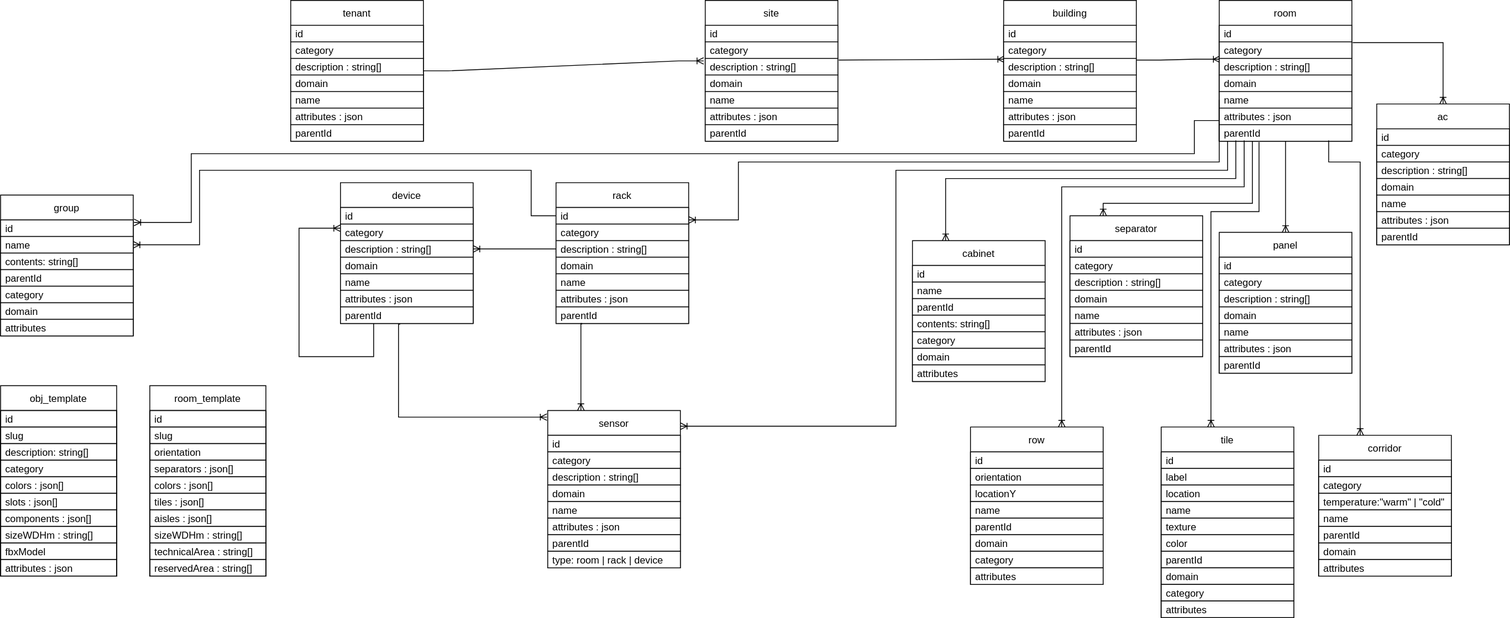
Before: resources/diagrams/DB_Diagram.svg, a diagram exported from draw.io (ditrit/OGrEE-Core). Source tidied: cells renumbered, new cells last; positions are measured from the earlier drawing's top-left corner, leaving out a move shared by most shapes.
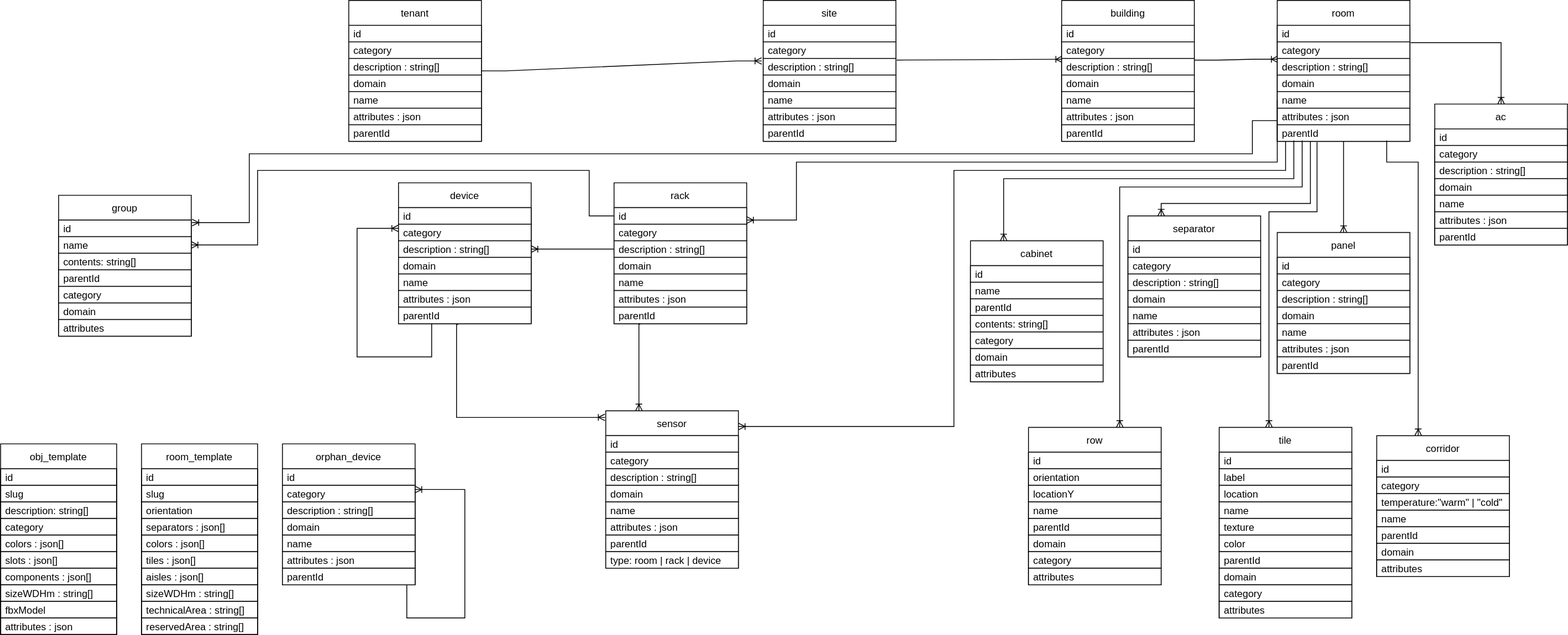
After the commit.

Commit message:
Added Diagrams and stray devices to createdb script

Diff of the diagram source:
```diff
@@ -36,7 +36,7 @@
       <mxGeometry relative="1" as="geometry" />
     </mxCell>
     <mxCell id="13" value="room_template" style="swimlane;fontStyle=0;horizontal=1;startSize=30;fontColor=default;strokeColor=default;fillColor=default;" parent="1" vertex="1">
-      <mxGeometry x="180" y="465" width="140" height="230" as="geometry" />
+      <mxGeometry x="100" y="535" width="140" height="230" as="geometry" />
     </mxCell>
     <mxCell id="14" value="id" style="text;strokeColor=default;fillColor=none;align=left;verticalAlign=middle;spacingLeft=4;spacingRight=4;overflow=hidden;fontColor=default;" parent="13" vertex="1">
       <mxGeometry y="30" width="140" height="20" as="geometry" />
@@ -225,7 +225,7 @@
       </mxGeometry>
     </mxCell>
     <mxCell id="70" value="obj_template" style="swimlane;fontStyle=0;horizontal=1;startSize=30;fontColor=default;strokeColor=default;fillColor=default;" parent="1" vertex="1">
-      <mxGeometry y="465" width="140" height="230" as="geometry" />
+      <mxGeometry x="-70" y="535" width="140" height="230" as="geometry" />
     </mxCell>
     <mxCell id="71" value="id" style="text;strokeColor=default;fillColor=none;align=left;verticalAlign=middle;spacingLeft=4;spacingRight=4;overflow=hidden;fontColor=default;" parent="70" vertex="1">
       <mxGeometry y="30" width="140" height="20" as="geometry" />
@@ -624,5 +624,41 @@
         </Array>
       </mxGeometry>
     </mxCell>
+    <mxCell id="182" value="orphan_device" style="swimlane;fontStyle=0;horizontal=1;startSize=30;fillColor=default;strokeColor=default;fontColor=default;" parent="1" vertex="1">
+      <mxGeometry x="270" y="535" width="160" height="170" as="geometry" />
+    </mxCell>
+    <mxCell id="183" value="id" style="text;strokeColor=default;fillColor=default;align=left;verticalAlign=middle;spacingLeft=4;spacingRight=4;overflow=hidden;fontColor=default;" parent="182" vertex="1">
+      <mxGeometry y="30" width="160" height="20" as="geometry" />
+    </mxCell>
+    <mxCell id="184" value="category" style="text;strokeColor=default;fillColor=default;align=left;verticalAlign=middle;spacingLeft=4;spacingRight=4;overflow=hidden;fontColor=default;" parent="182" vertex="1">
+      <mxGeometry y="50" width="160" height="20" as="geometry" />
+    </mxCell>
+    <mxCell id="185" value="description : string[]" style="text;strokeColor=default;fillColor=default;align=left;verticalAlign=middle;spacingLeft=4;spacingRight=4;overflow=hidden;fontColor=default;" parent="182" vertex="1">
+      <mxGeometry y="70" width="160" height="20" as="geometry" />
+    </mxCell>
+    <mxCell id="186" value="domain" style="text;strokeColor=default;fillColor=default;align=left;verticalAlign=middle;spacingLeft=4;spacingRight=4;overflow=hidden;fontColor=default;" parent="182" vertex="1">
+      <mxGeometry y="90" width="160" height="20" as="geometry" />
+    </mxCell>
+    <mxCell id="187" value="name" style="text;strokeColor=default;fillColor=default;align=left;verticalAlign=middle;spacingLeft=4;spacingRight=4;overflow=hidden;fontColor=default;" parent="182" vertex="1">
+      <mxGeometry y="110" width="160" height="20" as="geometry" />
+    </mxCell>
+    <mxCell id="188" value="attributes : json" style="text;strokeColor=default;fillColor=default;align=left;verticalAlign=middle;spacingLeft=4;spacingRight=4;overflow=hidden;fontColor=default;" parent="182" vertex="1">
+      <mxGeometry y="130" width="160" height="20" as="geometry" />
+    </mxCell>
+    <mxCell id="189" value="parentId" style="text;strokeColor=default;fillColor=default;align=left;verticalAlign=middle;spacingLeft=4;spacingRight=4;overflow=hidden;fontColor=default;" parent="182" vertex="1">
+      <mxGeometry y="150" width="160" height="20" as="geometry" />
+    </mxCell>
+    <mxCell id="190" style="edgeStyle=orthogonalEdgeStyle;rounded=0;orthogonalLoop=1;jettySize=auto;html=1;labelBackgroundColor=default;fontColor=default;endArrow=ERoneToMany;endFill=0;strokeColor=default;" parent="182" edge="1">
+      <mxGeometry relative="1" as="geometry">
+        <mxPoint x="150" y="170" as="sourcePoint" />
+        <mxPoint x="160" y="55" as="targetPoint" />
+        <Array as="points">
+          <mxPoint x="150" y="173" />
+          <mxPoint x="150" y="210" />
+          <mxPoint x="220" y="210" />
+          <mxPoint x="220" y="55" />
+        </Array>
+      </mxGeometry>
+    </mxCell>
   </root>
 </mxGraphModel>
```
